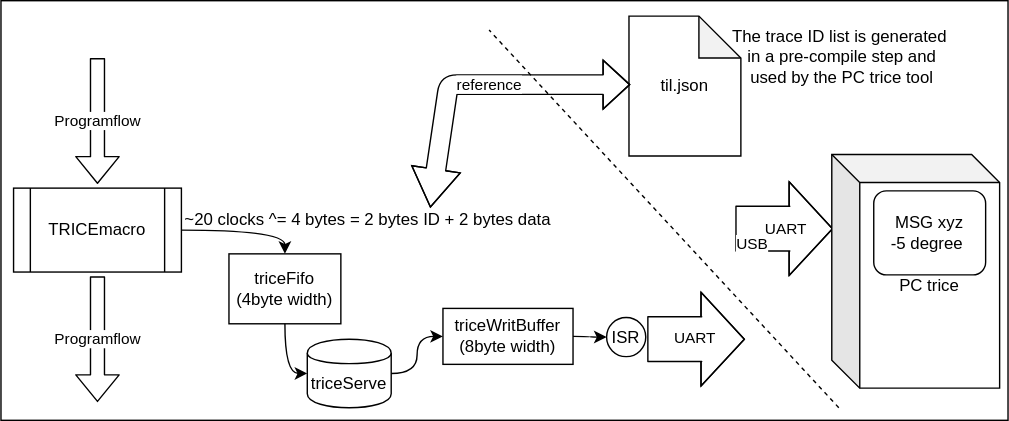
This is docs/README.media/triceBlockDiagram.svg from rokath/trice, a draw.io export, as it was before one commit. Source tidied: cells renumbered, new cells last; positions are measured from the earlier drawing's top-left corner, leaving out a move shared by most shapes.
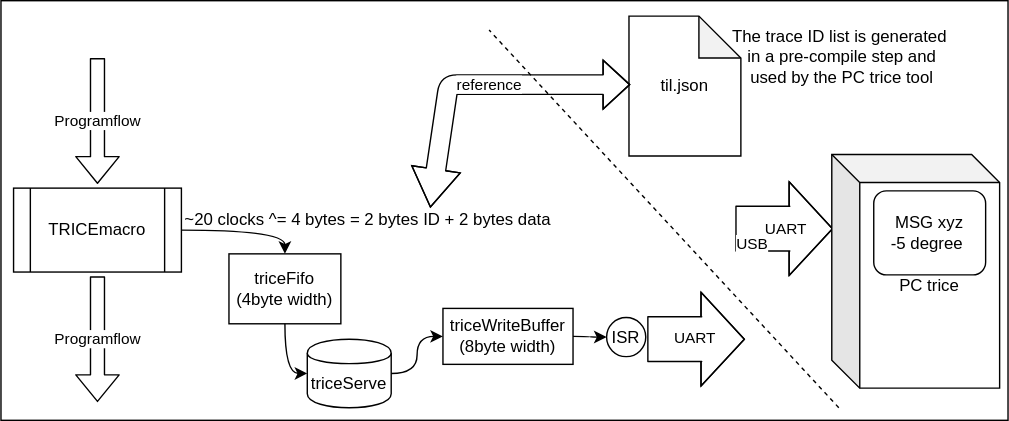
After the change.

What changed in the source:
```diff
@@ -8,7 +8,7 @@
     <mxCell id="3" value="&lt;span&gt;triceFifo&lt;/span&gt;&lt;br&gt;&lt;span&gt;(4byte width)&lt;/span&gt;" style="rounded=0;whiteSpace=wrap;html=1;" parent="1" vertex="1">
       <mxGeometry x="163" y="181" width="80" height="50" as="geometry" />
     </mxCell>
-    <mxCell id="4" value="&lt;span&gt;triceWritBuffer&lt;/span&gt;&lt;br&gt;&lt;span&gt;(8byte width)&lt;/span&gt;" style="rounded=0;whiteSpace=wrap;html=1;" parent="1" vertex="1">
+    <mxCell id="4" value="&lt;span&gt;triceWriteBuffer&lt;/span&gt;&lt;br&gt;&lt;span&gt;(8byte width)&lt;/span&gt;" style="rounded=0;whiteSpace=wrap;html=1;" parent="1" vertex="1">
       <mxGeometry x="316" y="220" width="93" height="40" as="geometry" />
     </mxCell>
     <mxCell id="5" value="TRICEmacro" style="shape=process;whiteSpace=wrap;html=1;backgroundOutline=1;" parent="1" vertex="1">
```
